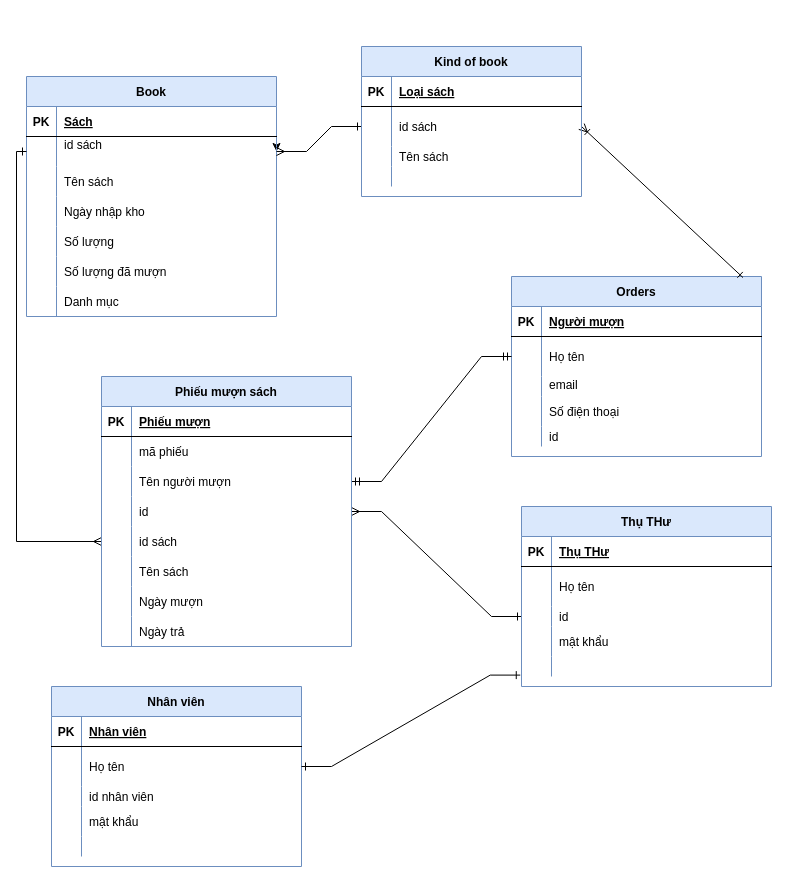
tung1233hhhhhhhhhhhhh/sadd keeps this draw.io diagram as Biểu đồ không có tiêu đề.drawio. Above is the earlier version. Source tidied: cells renumbered, new cells numbered last; positions are measured from the earlier drawing's top-left corner, leaving out a move shared by most shapes. Both pictures are drawn from the tidied source at 100%, with x=0, y=0 at pixel (26, 46).
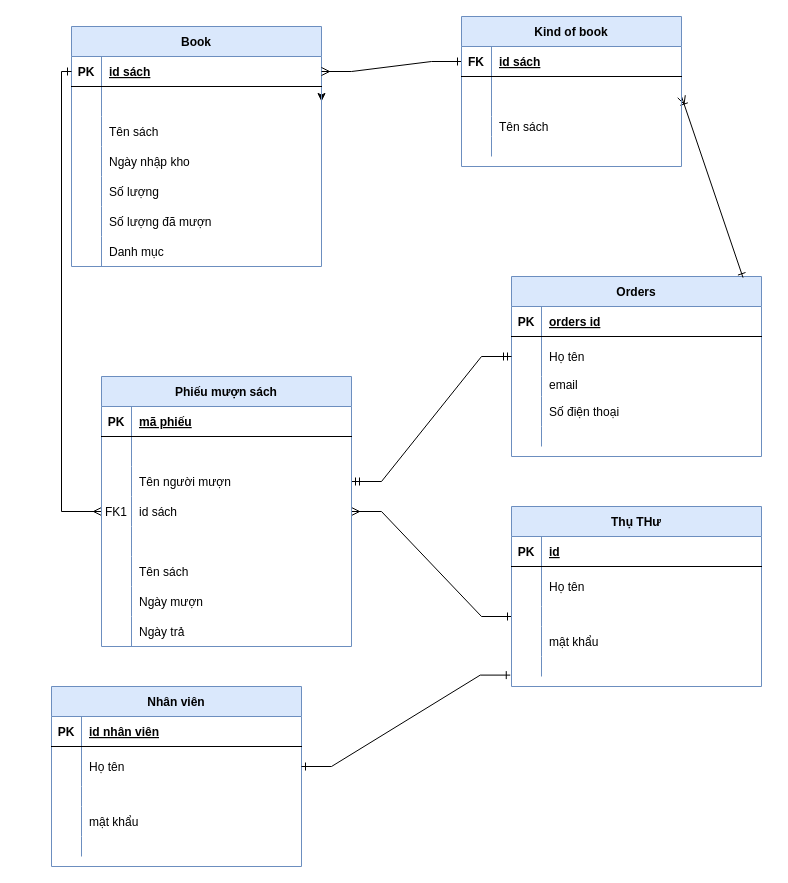
The same page after the edit.

Commit message:
Cập nhật Biểu đồ không có tiêu đề.drawio

The change refers to these unchanged cells:
```xml
<mxCell id="4" style="shape=partialRectangle;fillColor=none;top=0;left=0;right=0;bottom=1;" parent="3" vertex="1">
  <mxGeometry y="30" width="250" height="30" as="geometry" />
</mxCell>
<mxCell id="16" style="shape=partialRectangle;fillColor=none;top=0;left=0;right=0;bottom=0;" parent="3" vertex="1">
  <mxGeometry y="150" width="250" height="20" as="geometry" />
</mxCell>
<mxCell id="20" style="shape=partialRectangle;fillColor=none;points=[[0,0.5],[1,0.5]];portConstraint=eastwest;top=0;left=0;right=0;bottom=1;" parent="19" vertex="1">
  <mxGeometry y="30" width="250" height="30" as="geometry" />
</mxCell>
<mxCell id="23" style="shape=partialRectangle;fillColor=none;points=[[0,0.5],[1,0.5]];portConstraint=eastwest;top=0;left=0;right=0;bottom=0;" parent="19" vertex="1">
  <mxGeometry y="60" width="250" height="30" as="geometry" />
</mxCell>
<mxCell id="47" style="shape=partialRectangle;fillColor=none;points=[[0,0.5],[1,0.5]];portConstraint=eastwest;top=0;left=0;right=0;bottom=1;" parent="46" vertex="1">
  <mxGeometry y="30" width="220" height="30" as="geometry" />
</mxCell>
<mxCell id="50" style="shape=partialRectangle;fillColor=none;points=[[0,0.5],[1,0.5]];portConstraint=eastwest;top=0;left=0;right=0;bottom=0;" parent="46" vertex="1">
  <mxGeometry y="60" width="220" height="40" as="geometry" />
</mxCell>
<mxCell id="60" style="shape=partialRectangle;fillColor=none;top=0;left=0;right=0;bottom=1;" parent="59" vertex="1">
  <mxGeometry y="30" width="250" height="30" as="geometry" />
</mxCell>
<mxCell id="63" style="shape=partialRectangle;fillColor=none;top=0;left=0;right=0;bottom=0;" parent="59" vertex="1">
  <mxGeometry y="60" width="250" height="30" as="geometry" />
</mxCell>
<mxCell id="69" style="shape=partialRectangle;fillColor=none;points=[[0,0.5],[1,0.5]];portConstraint=eastwest;top=0;left=0;right=0;bottom=0;" parent="59" vertex="1">
  <mxGeometry y="120" width="250" height="30" as="geometry" />
</mxCell>
<mxCell id="72" style="shape=partialRectangle;fillColor=none;points=[[0,0.5],[1,0.5]];portConstraint=eastwest;top=0;left=0;right=0;bottom=0;" parent="59" vertex="1">
  <mxGeometry y="150" width="250" height="30" as="geometry" />
</mxCell>
<mxCell id="85" style="shape=partialRectangle;fillColor=none;top=0;left=0;right=0;bottom=1;" parent="84" vertex="1">
  <mxGeometry y="30" width="250" height="30" as="geometry" />
</mxCell>
<mxCell id="91" style="shape=partialRectangle;fillColor=none;points=[[0,0.5],[1,0.5]];portConstraint=eastwest;top=0;left=0;right=0;bottom=0;" parent="84" vertex="1">
  <mxGeometry y="100" width="250" height="20" as="geometry" />
</mxCell>
<mxCell id="101" style="shape=partialRectangle;fillColor=none;top=0;left=0;right=0;bottom=1;" parent="100" vertex="1">
  <mxGeometry y="30" width="250" height="30" as="geometry" />
</mxCell>
<mxCell id="107" style="shape=partialRectangle;fillColor=none;top=0;left=0;right=0;bottom=0;" parent="100" vertex="1">
  <mxGeometry y="100" width="250" height="20" as="geometry" />
</mxCell>
```

Change to the diagram source:
```diff
@@
-    <mxCell id="6" value="Người mượn" style="shape=partialRectangle;overflow=hidden;fillColor=none;top=0;left=0;bottom=0;right=0;align=left;spacingLeft=6;fontStyle=5;" parent="4" vertex="1">
+    <mxCell id="6" value="orders id" style="shape=partialRectangle;overflow=hidden;fillColor=none;top=0;left=0;bottom=0;right=0;align=left;spacingLeft=6;fontStyle=5;" parent="4" vertex="1">
       <mxGeometry x="30" width="220" height="30" as="geometry" />
     </mxCell>
@@
-    <mxCell id="18" value="id " style="shape=partialRectangle;overflow=hidden;fillColor=none;top=0;left=0;bottom=0;right=0;align=left;spacingLeft=6;" parent="16" vertex="1">
+    <mxCell id="18" style="shape=partialRectangle;overflow=hidden;fillColor=none;top=0;left=0;bottom=0;right=0;align=left;spacingLeft=6;" parent="16" vertex="1">
       <mxGeometry x="30" width="220" height="20" as="geometry" />
     </mxCell>
     <mxCell id="19" value="Book" style="shape=table;startSize=30;childLayout=tableLayout;rowLines=0;fontStyle=1;align=center;fillColor=#dae8fc;strokeColor=#6c8ebf;" parent="1" vertex="1">
-      <mxGeometry y="30" width="250" height="240" as="geometry" />
+      <mxGeometry x="45" y="-20" width="250" height="240" as="geometry" />
     </mxCell>
@@
-    <mxCell id="22" value="Sách" style="shape=partialRectangle;overflow=hidden;fillColor=none;top=0;left=0;bottom=0;right=0;align=left;spacingLeft=6;fontStyle=5;" parent="20" vertex="1">
+    <mxCell id="22" value="id sách" style="shape=partialRectangle;overflow=hidden;fillColor=none;top=0;left=0;bottom=0;right=0;align=left;spacingLeft=6;fontStyle=5;" parent="20" vertex="1">
       <mxGeometry x="30" width="220" height="30" as="geometry" />
     </mxCell>
@@
-    <mxCell id="25" value="id sách&#10;" style="shape=partialRectangle;overflow=hidden;fillColor=none;top=0;left=0;bottom=0;right=0;align=left;spacingLeft=6;" parent="23" vertex="1">
+    <mxCell id="25" style="shape=partialRectangle;overflow=hidden;fillColor=none;top=0;left=0;bottom=0;right=0;align=left;spacingLeft=6;" parent="23" vertex="1">
       <mxGeometry x="30" width="220" height="30" as="geometry" />
     </mxCell>
@@
-    <mxCell id="41" style="fontSize=12;html=1;endArrow=ERone;startArrow=ERmany;rounded=0;entryX=0;entryY=0.5;entryDx=0;entryDy=0;exitX=0;exitY=0.5;exitDx=0;exitDy=0;startFill=0;endFill=0;edgeStyle=orthogonalEdgeStyle;" parent="1" edge="1" source="72" target="23">
+    <mxCell id="41" style="fontSize=12;html=1;endArrow=ERone;startArrow=ERmany;rounded=0;startFill=0;endFill=0;edgeStyle=orthogonalEdgeStyle;exitX=0;exitY=0.5;exitDx=0;exitDy=0;entryX=0;entryY=0.5;entryDx=0;entryDy=0;" parent="1" edge="1" source="69" target="20">
       <mxGeometry relative="1" as="geometry" />
     </mxCell>
-    <mxCell id="42" style="edgeStyle=entityRelationEdgeStyle;fontSize=12;html=1;endArrow=ERone;endFill=1;rounded=0;exitX=1;exitY=0.5;exitDx=0;exitDy=0;entryX=0;entryY=0.5;entryDx=0;entryDy=0;startArrow=ERmany;startFill=0;" parent="1" edge="1" source="23" target="50">
+    <mxCell id="42" style="edgeStyle=entityRelationEdgeStyle;fontSize=12;html=1;endArrow=ERone;endFill=1;rounded=0;exitX=1;exitY=0.5;exitDx=0;exitDy=0;startArrow=ERmany;startFill=0;entryX=0;entryY=0.5;entryDx=0;entryDy=0;" parent="1" edge="1" source="20" target="47">
       <mxGeometry relative="1" as="geometry" />
     </mxCell>
@@
     <mxCell id="46" value="Kind of book" style="shape=table;startSize=30;childLayout=tableLayout;rowLines=0;fontStyle=1;align=center;fillColor=#dae8fc;strokeColor=#6c8ebf;" parent="1" vertex="1">
-      <mxGeometry x="335" width="220" height="150" as="geometry" />
+      <mxGeometry x="435" y="-30" width="220" height="150" as="geometry" />
     </mxCell>
@@
-    <mxCell id="48" value="PK" style="shape=partialRectangle;overflow=hidden;fillColor=none;top=0;left=0;bottom=0;right=0;fontStyle=1;" parent="47" vertex="1">
+    <mxCell id="48" value="FK" style="shape=partialRectangle;overflow=hidden;fillColor=none;top=0;left=0;bottom=0;right=0;fontStyle=1;" parent="47" vertex="1">
       <mxGeometry width="30" height="30" as="geometry" />
     </mxCell>
-    <mxCell id="49" value="Loại sách" style="shape=partialRectangle;overflow=hidden;fillColor=none;top=0;left=0;bottom=0;right=0;align=left;spacingLeft=6;fontStyle=5;" parent="47" vertex="1">
+    <mxCell id="49" value="id sách" style="shape=partialRectangle;overflow=hidden;fillColor=none;top=0;left=0;bottom=0;right=0;align=left;spacingLeft=6;fontStyle=5;" parent="47" vertex="1">
       <mxGeometry x="30" width="190" height="30" as="geometry" />
     </mxCell>
@@
-    <mxCell id="52" value="id sách" style="shape=partialRectangle;overflow=hidden;fillColor=none;top=0;left=0;bottom=0;right=0;align=left;spacingLeft=6;" parent="50" vertex="1">
+    <mxCell id="52" style="shape=partialRectangle;overflow=hidden;fillColor=none;top=0;left=0;bottom=0;right=0;align=left;spacingLeft=6;" parent="50" vertex="1">
       <mxGeometry x="30" width="190" height="40" as="geometry" />
     </mxCell>
@@
-    <mxCell id="62" value="Phiếu mượn" style="shape=partialRectangle;overflow=hidden;fillColor=none;top=0;left=0;bottom=0;right=0;align=left;spacingLeft=6;fontStyle=5;" parent="60" vertex="1">
+    <mxCell id="62" value="mã phiếu" style="shape=partialRectangle;overflow=hidden;fillColor=none;top=0;left=0;bottom=0;right=0;align=left;spacingLeft=6;fontStyle=5;" parent="60" vertex="1">
       <mxGeometry x="30" width="220" height="30" as="geometry" />
     </mxCell>
@@
-    <mxCell id="65" value="mã phiếu" style="shape=partialRectangle;overflow=hidden;fillColor=none;top=0;left=0;bottom=0;right=0;align=left;spacingLeft=6;" parent="63" vertex="1">
+    <mxCell id="65" style="shape=partialRectangle;overflow=hidden;fillColor=none;top=0;left=0;bottom=0;right=0;align=left;spacingLeft=6;" parent="63" vertex="1">
       <mxGeometry x="30" width="220" height="30" as="geometry" />
     </mxCell>
@@
-    <mxCell id="70" style="shape=partialRectangle;overflow=hidden;fillColor=none;top=0;left=0;bottom=0;right=0;" parent="69" vertex="1">
+    <mxCell id="70" value="FK1" style="shape=partialRectangle;overflow=hidden;fillColor=none;top=0;left=0;bottom=0;right=0;" parent="69" vertex="1">
       <mxGeometry width="30" height="30" as="geometry" />
     </mxCell>
-    <mxCell id="71" value="id" style="shape=partialRectangle;overflow=hidden;fillColor=none;top=0;left=0;bottom=0;right=0;align=left;spacingLeft=6;" parent="69" vertex="1">
+    <mxCell id="71" value="id sách" style="shape=partialRectangle;overflow=hidden;fillColor=none;top=0;left=0;bottom=0;right=0;align=left;spacingLeft=6;" parent="69" vertex="1">
       <mxGeometry x="30" width="220" height="30" as="geometry" />
     </mxCell>
@@
-    <mxCell id="74" value="id sách" style="shape=partialRectangle;overflow=hidden;fillColor=none;top=0;left=0;bottom=0;right=0;align=left;spacingLeft=6;" parent="72" vertex="1">
+    <mxCell id="74" style="shape=partialRectangle;overflow=hidden;fillColor=none;top=0;left=0;bottom=0;right=0;align=left;spacingLeft=6;" parent="72" vertex="1">
       <mxGeometry x="30" width="220" height="30" as="geometry" />
     </mxCell>
@@
     <mxCell id="84" value="Thụ THư" style="shape=table;startSize=30;childLayout=tableLayout;rowLines=0;fontStyle=1;align=center;fillColor=#dae8fc;strokeColor=#6c8ebf;" parent="1" vertex="1">
-      <mxGeometry x="495" y="460" width="250" height="180" as="geometry" />
+      <mxGeometry x="485" y="460" width="250" height="180" as="geometry" />
     </mxCell>
@@
-    <mxCell id="87" value="Thụ THư" style="shape=partialRectangle;overflow=hidden;fillColor=none;top=0;left=0;bottom=0;right=0;align=left;spacingLeft=6;fontStyle=5;" parent="85" vertex="1">
+    <mxCell id="87" value="id" style="shape=partialRectangle;overflow=hidden;fillColor=none;top=0;left=0;bottom=0;right=0;align=left;spacingLeft=6;fontStyle=5;" parent="85" vertex="1">
       <mxGeometry x="30" width="220" height="30" as="geometry" />
     </mxCell>
@@
-    <mxCell id="93" value="id" style="shape=partialRectangle;overflow=hidden;fillColor=none;top=0;left=0;bottom=0;right=0;align=left;spacingLeft=6;" parent="91" vertex="1">
+    <mxCell id="93" style="shape=partialRectangle;overflow=hidden;fillColor=none;top=0;left=0;bottom=0;right=0;align=left;spacingLeft=6;" parent="91" vertex="1">
       <mxGeometry x="30" width="220" height="20" as="geometry" />
     </mxCell>
@@
-    <mxCell id="103" value="Nhân viên" style="shape=partialRectangle;overflow=hidden;fillColor=none;top=0;left=0;bottom=0;right=0;align=left;spacingLeft=6;fontStyle=5;" parent="101" vertex="1">
+    <mxCell id="103" value="id nhân viên" style="shape=partialRectangle;overflow=hidden;fillColor=none;top=0;left=0;bottom=0;right=0;align=left;spacingLeft=6;fontStyle=5;" parent="101" vertex="1">
       <mxGeometry x="30" width="220" height="30" as="geometry" />
     </mxCell>
@@
-    <mxCell id="109" value="id nhân viên" style="shape=partialRectangle;overflow=hidden;fillColor=none;top=0;left=0;bottom=0;right=0;align=left;spacingLeft=6;" parent="107" vertex="1">
+    <mxCell id="109" style="shape=partialRectangle;overflow=hidden;fillColor=none;top=0;left=0;bottom=0;right=0;align=left;spacingLeft=6;" parent="107" vertex="1">
       <mxGeometry x="30" width="220" height="20" as="geometry" />
     </mxCell>
```
